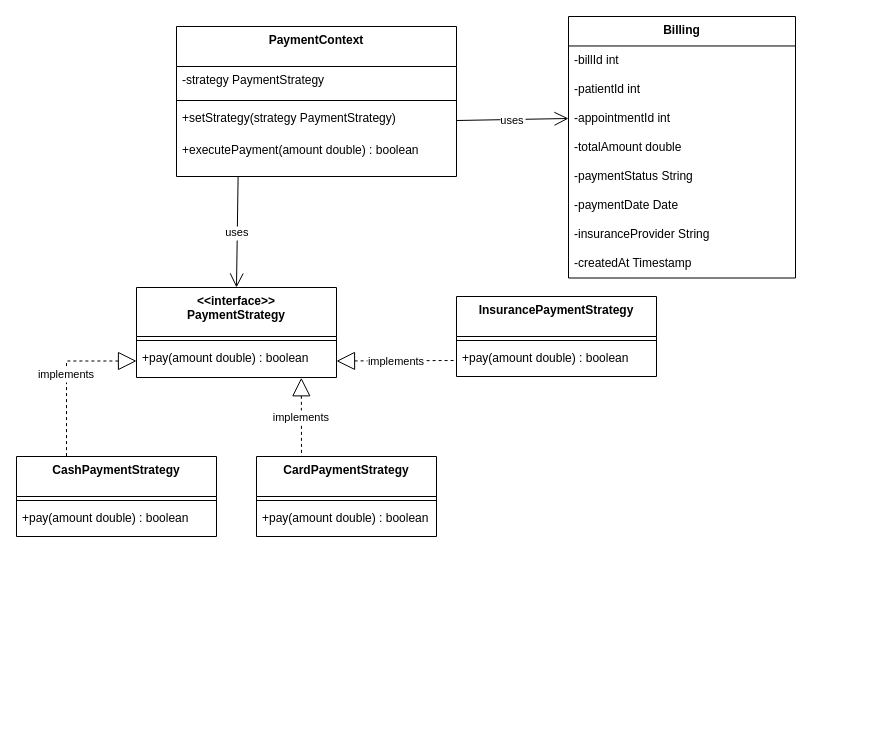
The draw.io diagram uml/Strategy.drawio in TAAgnes3110/DesignPatterns, before the edit. Source tidied: cells renumbered, new cells numbered last; positions are measured from the earlier drawing's top-left corner, leaving out a move shared by most shapes. Both pictures are drawn from the tidied source at 100%, with x=0, y=0 at pixel (16, 16).
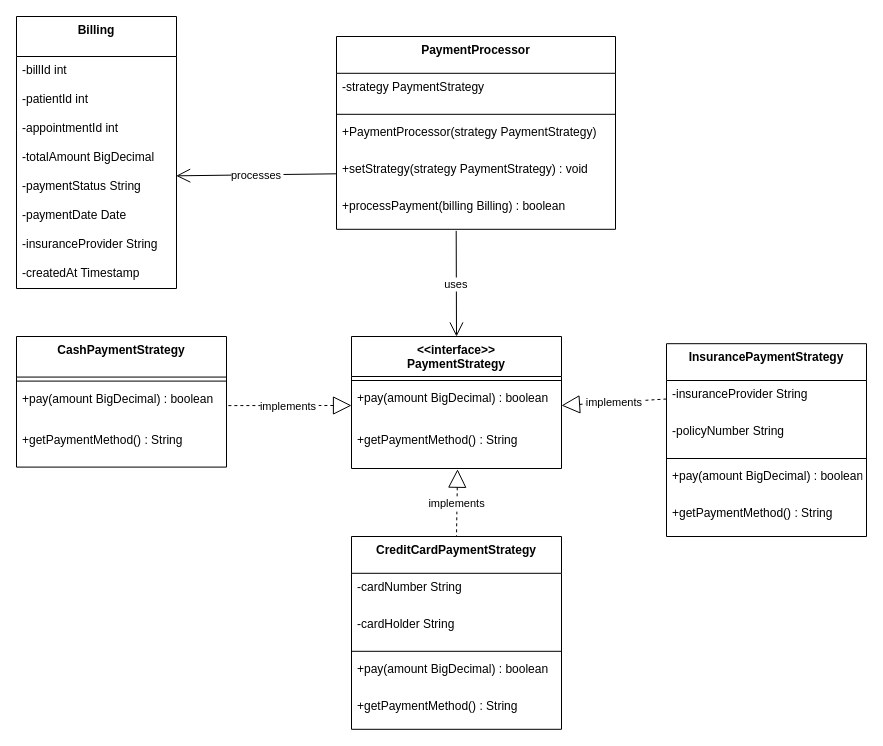
The same diagram, later.

The edit, as a diff of the source:
```diff
@@
-    <mxCell id="2" value="PaymentContext" style="swimlane;fontStyle=1;align=center;verticalAlign=top;horizontal=1;startSize=40;" parent="1" vertex="1">
-      <mxGeometry x="160" y="10" width="280" height="150" as="geometry" />
-    </mxCell>
-    <mxCell id="3" value="-strategy PaymentStrategy" style="text;strokeColor=none;fillColor=none;align=left;verticalAlign=top;spacingLeft=4;spacingRight=4;overflow=hidden;" parent="2" vertex="1">
-      <mxGeometry y="40" width="280" height="30" as="geometry" />
-    </mxCell>
-    <mxCell id="4" style="line;strokeWidth=1;fillColor=none;align=left;verticalAlign=middle;spacingTop=-1;spacingLeft=3;spacingRight=3;labelPosition=right;strokeColor=inherit;" parent="2" vertex="1">
-      <mxGeometry y="70" width="280" height="8" as="geometry" />
-    </mxCell>
-    <mxCell id="5" value="+setStrategy(strategy PaymentStrategy)" style="text;strokeColor=none;fillColor=none;align=left;verticalAlign=top;spacingLeft=4;spacingRight=4;overflow=hidden;points=[[0,0.5],[1,0.5]];portConstraint=eastwest;" parent="2" vertex="1">
-      <mxGeometry y="78" width="280" height="32" as="geometry" />
-    </mxCell>
-    <mxCell id="6" value="+executePayment(amount double) : boolean" style="text;strokeColor=none;fillColor=none;align=left;verticalAlign=top;spacingLeft=4;spacingRight=4;overflow=hidden;" parent="2" vertex="1">
-      <mxGeometry y="110" width="280" height="40" as="geometry" />
-    </mxCell>
-    <mxCell id="7" value="&lt;&lt;interface&gt;&gt;&#10;PaymentStrategy" style="swimlane;fontStyle=1;align=center;verticalAlign=top;horizontal=1;startSize=49;" parent="1" vertex="1">
-      <mxGeometry x="120" y="271" width="200" height="90" as="geometry" />
-    </mxCell>
-    <mxCell id="8" style="line;strokeWidth=1;fillColor=none;align=left;verticalAlign=middle;spacingTop=-1;spacingLeft=3;spacingRight=3;labelPosition=right;strokeColor=inherit;" parent="7" vertex="1">
-      <mxGeometry y="49" width="200" height="8" as="geometry" />
-    </mxCell>
-    <mxCell id="9" value="+pay(amount double) : boolean" style="text;strokeColor=none;fillColor=none;align=left;verticalAlign=top;spacingLeft=4;spacingRight=4;overflow=hidden;points=[[0,0.5],[1,0.5]];portConstraint=eastwest;" parent="7" vertex="1">
-      <mxGeometry y="57" width="200" height="33" as="geometry" />
-    </mxCell>
-    <mxCell id="10" value="CashPaymentStrategy" style="swimlane;fontStyle=1;align=center;verticalAlign=top;horizontal=1;startSize=40;" parent="1" vertex="1">
-      <mxGeometry y="440" width="200" height="80" as="geometry" />
-    </mxCell>
-    <mxCell id="11" style="line;strokeWidth=1;fillColor=none;align=left;verticalAlign=middle;spacingTop=-1;spacingLeft=3;spacingRight=3;labelPosition=right;strokeColor=inherit;" parent="10" vertex="1">
-      <mxGeometry y="40" width="200" height="8" as="geometry" />
-    </mxCell>
-    <mxCell id="12" value="+pay(amount double) : boolean" style="text;strokeColor=none;fillColor=none;align=left;verticalAlign=top;spacingLeft=4;spacingRight=4;overflow=hidden;" parent="10" vertex="1">
-      <mxGeometry y="48" width="200" height="32" as="geometry" />
-    </mxCell>
-    <mxCell id="13" value="CardPaymentStrategy" style="swimlane;fontStyle=1;align=center;verticalAlign=top;horizontal=1;startSize=40;" parent="1" vertex="1">
-      <mxGeometry x="240" y="440" width="180" height="80" as="geometry" />
-    </mxCell>
-    <mxCell id="14" style="line;strokeWidth=1;fillColor=none;align=left;verticalAlign=middle;spacingTop=-1;spacingLeft=3;spacingRight=3;labelPosition=right;strokeColor=inherit;" parent="13" vertex="1">
-      <mxGeometry y="40" width="180" height="8" as="geometry" />
-    </mxCell>
-    <mxCell id="15" value="+pay(amount double) : boolean" style="text;strokeColor=none;fillColor=none;align=left;verticalAlign=top;spacingLeft=4;spacingRight=4;overflow=hidden;" parent="13" vertex="1">
-      <mxGeometry y="48" width="180" height="32" as="geometry" />
-    </mxCell>
-    <mxCell id="16" value="InsurancePaymentStrategy" style="swimlane;fontStyle=1;align=center;verticalAlign=top;horizontal=1;startSize=40;" parent="1" vertex="1">
-      <mxGeometry x="440" y="280" width="200" height="80" as="geometry" />
-    </mxCell>
-    <mxCell id="17" style="line;strokeWidth=1;fillColor=none;align=left;verticalAlign=middle;spacingTop=-1;spacingLeft=3;spacingRight=3;labelPosition=right;strokeColor=inherit;" parent="16" vertex="1">
-      <mxGeometry y="40" width="200" height="8" as="geometry" />
-    </mxCell>
-    <mxCell id="18" value="+pay(amount double) : boolean" style="text;strokeColor=none;fillColor=none;align=left;verticalAlign=top;spacingLeft=4;spacingRight=4;overflow=hidden;points=[[0,0.5],[1,0.5]];portConstraint=eastwest;" parent="16" vertex="1">
-      <mxGeometry y="48" width="200" height="32" as="geometry" />
-    </mxCell>
-    <mxCell id="19" value="Billing" style="swimlane;fontStyle=1;align=center;verticalAlign=top;horizontal=1;startSize=29.473684210526315;" parent="1" vertex="1">
-      <mxGeometry x="552" width="227" height="261.5" as="geometry" />
+    <mxCell id="19" value="Billing" style="swimlane;fontStyle=1;align=center;verticalAlign=top;horizontal=1;startSize=40;" parent="1" vertex="1">
+      <mxGeometry width="160" height="272" as="geometry" />
     </mxCell>
     <mxCell id="20" value="-billId int" style="text;strokeColor=none;fillColor=none;align=left;verticalAlign=top;spacingLeft=4;spacingRight=4;overflow=hidden;" parent="19" vertex="1">
-      <mxGeometry y="29.5" width="227" height="29" as="geometry" />
+      <mxGeometry y="40" width="160" height="29" as="geometry" />
     </mxCell>
     <mxCell id="21" value="-patientId int" style="text;strokeColor=none;fillColor=none;align=left;verticalAlign=top;spacingLeft=4;spacingRight=4;overflow=hidden;" parent="19" vertex="1">
-      <mxGeometry y="58.5" width="227" height="29" as="geometry" />
+      <mxGeometry y="69" width="160" height="29" as="geometry" />
     </mxCell>
     <mxCell id="22" value="-appointmentId int" style="text;strokeColor=none;fillColor=none;align=left;verticalAlign=top;spacingLeft=4;spacingRight=4;overflow=hidden;points=[[0,0.5],[1,0.5]];portConstraint=eastwest;" parent="19" vertex="1">
-      <mxGeometry y="87.5" width="227" height="29" as="geometry" />
+      <mxGeometry y="98" width="160" height="29" as="geometry" />
     </mxCell>
-    <mxCell id="23" value="-totalAmount double" style="text;strokeColor=none;fillColor=none;align=left;verticalAlign=top;spacingLeft=4;spacingRight=4;overflow=hidden;" parent="19" vertex="1">
-      <mxGeometry y="116.5" width="227" height="29" as="geometry" />
-    </mxCell>
+    <mxCell id="33" value="-totalAmount BigDecimal" style="text;strokeColor=none;fillColor=none;align=left;verticalAlign=top;spacingLeft=4;spacingRight=4;overflow=hidden;" parent="19" vertex="1">
+      <mxGeometry y="127" width="160" height="29" as="geometry" />
+    </mxCell>
     <mxCell id="24" value="-paymentStatus String" style="text;strokeColor=none;fillColor=none;align=left;verticalAlign=top;spacingLeft=4;spacingRight=4;overflow=hidden;points=[[0,0.5],[1,0.5]];portConstraint=eastwest;" parent="19" vertex="1">
-      <mxGeometry y="145.5" width="227" height="29" as="geometry" />
+      <mxGeometry y="156" width="160" height="29" as="geometry" />
     </mxCell>
     <mxCell id="25" value="-paymentDate Date" style="text;strokeColor=none;fillColor=none;align=left;verticalAlign=top;spacingLeft=4;spacingRight=4;overflow=hidden;" parent="19" vertex="1">
-      <mxGeometry y="174.5" width="227" height="29" as="geometry" />
+      <mxGeometry y="185" width="160" height="29" as="geometry" />
     </mxCell>
-    <mxCell id="26" value="-insuranceProvider String" style="text;strokeColor=none;fillColor=none;align=left;verticalAlign=top;spacingLeft=4;spacingRight=4;overflow=hidden;" parent="19" vertex="1">
-      <mxGeometry y="203.5" width="227" height="29" as="geometry" />
-    </mxCell>
+    <mxCell id="34" value="-insuranceProvider String" style="text;strokeColor=none;fillColor=none;align=left;verticalAlign=top;spacingLeft=4;spacingRight=4;overflow=hidden;" parent="19" vertex="1">
+      <mxGeometry y="214" width="160" height="29" as="geometry" />
+    </mxCell>
     <mxCell id="27" value="-createdAt Timestamp" style="text;strokeColor=none;fillColor=none;align=left;verticalAlign=top;spacingLeft=4;spacingRight=4;overflow=hidden;" parent="19" vertex="1">
-      <mxGeometry y="232.5" width="227" height="29" as="geometry" />
+      <mxGeometry y="243" width="160" height="29" as="geometry" />
     </mxCell>
-    <mxCell id="28" value="uses" style="startArrow=none;endArrow=open;endSize=12;exitX=0.22;exitY=1;entryX=0.5;entryY=0;rounded=0;" parent="1" edge="1" source="2" target="7">
-      <mxGeometry relative="1" as="geometry" />
-    </mxCell>
-    <mxCell id="29" value="implements" style="dashed=1;startArrow=block;startSize=16;startFill=0;endArrow=none;exitX=0;exitY=0.5;entryX=0.25;entryY=0;rounded=0;exitDx=0;exitDy=0;edgeStyle=orthogonalEdgeStyle;entryDx=0;entryDy=0;" parent="1" edge="1" source="9" target="10">
-      <mxGeometry relative="1" as="geometry" />
-    </mxCell>
-    <mxCell id="30" value="implements" style="dashed=1;startArrow=block;startSize=16;startFill=0;endArrow=none;entryX=0.25;entryY=0;rounded=0;entryDx=0;entryDy=0;exitX=0.824;exitY=1.008;exitDx=0;exitDy=0;exitPerimeter=0;" parent="1" edge="1" source="9" target="13">
-      <mxGeometry relative="1" as="geometry" />
-    </mxCell>
+    <mxCell id="7" value="&lt;&lt;interface&gt;&gt;&#10;PaymentStrategy" style="swimlane;fontStyle=1;align=center;verticalAlign=top;horizontal=1;startSize=40;" parent="1" vertex="1">
+      <mxGeometry x="335" y="320" width="210" height="132" as="geometry" />
+    </mxCell>
+    <mxCell id="35" style="line;strokeWidth=1;fillColor=none;align=left;verticalAlign=middle;spacingTop=-1;spacingLeft=3;spacingRight=3;labelPosition=right;strokeColor=inherit;" parent="7" vertex="1">
+      <mxGeometry y="40" width="210" height="8" as="geometry" />
+    </mxCell>
+    <mxCell id="36" value="+pay(amount BigDecimal) : boolean" style="text;strokeColor=none;fillColor=none;align=left;verticalAlign=top;spacingLeft=4;spacingRight=4;overflow=hidden;points=[[0,0.5],[1,0.5]];portConstraint=eastwest;" parent="7" vertex="1">
+      <mxGeometry y="48" width="210" height="42" as="geometry" />
+    </mxCell>
+    <mxCell id="37" value="+getPaymentMethod() : String" style="text;strokeColor=none;fillColor=none;align=left;verticalAlign=top;spacingLeft=4;spacingRight=4;overflow=hidden;points=[[0,0.5],[1,0.5]];portConstraint=eastwest;" parent="7" vertex="1">
+      <mxGeometry y="90" width="210" height="42" as="geometry" />
+    </mxCell>
+    <mxCell id="10" value="CashPaymentStrategy" style="swimlane;fontStyle=1;align=center;verticalAlign=top;horizontal=1;startSize=40.57142857142857;" parent="1" vertex="1">
+      <mxGeometry y="320" width="210" height="130.6" as="geometry" />
+    </mxCell>
+    <mxCell id="38" style="line;strokeWidth=1;fillColor=none;align=left;verticalAlign=middle;spacingTop=-1;spacingLeft=3;spacingRight=3;labelPosition=right;strokeColor=inherit;" parent="10" vertex="1">
+      <mxGeometry y="40.6" width="210" height="8" as="geometry" />
+    </mxCell>
+    <mxCell id="39" value="+pay(amount BigDecimal) : boolean" style="text;strokeColor=none;fillColor=none;align=left;verticalAlign=top;spacingLeft=4;spacingRight=4;overflow=hidden;points=[[0,0.5],[1,0.5]];portConstraint=eastwest;" parent="10" vertex="1">
+      <mxGeometry y="48.6" width="210" height="41" as="geometry" />
+    </mxCell>
+    <mxCell id="40" value="+getPaymentMethod() : String" style="text;strokeColor=none;fillColor=none;align=left;verticalAlign=top;spacingLeft=4;spacingRight=4;overflow=hidden;" parent="10" vertex="1">
+      <mxGeometry y="89.6" width="210" height="41" as="geometry" />
+    </mxCell>
+    <mxCell id="41" value="CreditCardPaymentStrategy" style="swimlane;fontStyle=1;align=center;verticalAlign=top;horizontal=1;startSize=36.8;" parent="1" vertex="1">
+      <mxGeometry x="335" y="520" width="210" height="192.8" as="geometry" />
+    </mxCell>
+    <mxCell id="42" value="-cardNumber String" style="text;strokeColor=none;fillColor=none;align=left;verticalAlign=top;spacingLeft=4;spacingRight=4;overflow=hidden;" parent="41" vertex="1">
+      <mxGeometry y="36.8" width="210" height="37" as="geometry" />
+    </mxCell>
+    <mxCell id="43" value="-cardHolder String" style="text;strokeColor=none;fillColor=none;align=left;verticalAlign=top;spacingLeft=4;spacingRight=4;overflow=hidden;" parent="41" vertex="1">
+      <mxGeometry y="73.8" width="210" height="37" as="geometry" />
+    </mxCell>
+    <mxCell id="44" style="line;strokeWidth=1;fillColor=none;align=left;verticalAlign=middle;spacingTop=-1;spacingLeft=3;spacingRight=3;labelPosition=right;strokeColor=inherit;" parent="41" vertex="1">
+      <mxGeometry y="110.8" width="210" height="8" as="geometry" />
+    </mxCell>
+    <mxCell id="45" value="+pay(amount BigDecimal) : boolean" style="text;strokeColor=none;fillColor=none;align=left;verticalAlign=top;spacingLeft=4;spacingRight=4;overflow=hidden;" parent="41" vertex="1">
+      <mxGeometry y="118.8" width="210" height="37" as="geometry" />
+    </mxCell>
+    <mxCell id="46" value="+getPaymentMethod() : String" style="text;strokeColor=none;fillColor=none;align=left;verticalAlign=top;spacingLeft=4;spacingRight=4;overflow=hidden;" parent="41" vertex="1">
+      <mxGeometry y="155.8" width="210" height="37" as="geometry" />
+    </mxCell>
+    <mxCell id="16" value="InsurancePaymentStrategy" style="swimlane;fontStyle=1;align=center;verticalAlign=top;horizontal=1;startSize=36.8;" parent="1" vertex="1">
+      <mxGeometry x="650" y="327.2" width="200" height="192.8" as="geometry" />
+    </mxCell>
+    <mxCell id="47" value="-insuranceProvider String" style="text;strokeColor=none;fillColor=none;align=left;verticalAlign=top;spacingLeft=4;spacingRight=4;overflow=hidden;points=[[0,0.5],[1,0.5]];portConstraint=eastwest;" parent="16" vertex="1">
+      <mxGeometry y="36.8" width="200" height="37" as="geometry" />
+    </mxCell>
+    <mxCell id="48" value="-policyNumber String" style="text;strokeColor=none;fillColor=none;align=left;verticalAlign=top;spacingLeft=4;spacingRight=4;overflow=hidden;" parent="16" vertex="1">
+      <mxGeometry y="73.8" width="200" height="37" as="geometry" />
+    </mxCell>
+    <mxCell id="49" style="line;strokeWidth=1;fillColor=none;align=left;verticalAlign=middle;spacingTop=-1;spacingLeft=3;spacingRight=3;labelPosition=right;strokeColor=inherit;" parent="16" vertex="1">
+      <mxGeometry y="110.8" width="200" height="8" as="geometry" />
+    </mxCell>
+    <mxCell id="50" value="+pay(amount BigDecimal) : boolean" style="text;strokeColor=none;fillColor=none;align=left;verticalAlign=top;spacingLeft=4;spacingRight=4;overflow=hidden;" parent="16" vertex="1">
+      <mxGeometry y="118.8" width="200" height="37" as="geometry" />
+    </mxCell>
+    <mxCell id="51" value="+getPaymentMethod() : String" style="text;strokeColor=none;fillColor=none;align=left;verticalAlign=top;spacingLeft=4;spacingRight=4;overflow=hidden;" parent="16" vertex="1">
+      <mxGeometry y="155.8" width="200" height="37" as="geometry" />
+    </mxCell>
+    <mxCell id="52" value="PaymentProcessor" style="swimlane;fontStyle=1;align=center;verticalAlign=top;horizontal=1;startSize=36.8;" parent="1" vertex="1">
+      <mxGeometry x="320" y="20" width="279" height="192.8" as="geometry" />
+    </mxCell>
+    <mxCell id="3" value="-strategy PaymentStrategy" style="text;strokeColor=none;fillColor=none;align=left;verticalAlign=top;spacingLeft=4;spacingRight=4;overflow=hidden;" parent="52" vertex="1">
+      <mxGeometry y="36.8" width="279" height="37" as="geometry" />
+    </mxCell>
+    <mxCell id="53" style="line;strokeWidth=1;fillColor=none;align=left;verticalAlign=middle;spacingTop=-1;spacingLeft=3;spacingRight=3;labelPosition=right;strokeColor=inherit;" parent="52" vertex="1">
+      <mxGeometry y="73.8" width="279" height="8" as="geometry" />
+    </mxCell>
+    <mxCell id="54" value="+PaymentProcessor(strategy PaymentStrategy)" style="text;strokeColor=none;fillColor=none;align=left;verticalAlign=top;spacingLeft=4;spacingRight=4;overflow=hidden;" parent="52" vertex="1">
+      <mxGeometry y="81.8" width="279" height="37" as="geometry" />
+    </mxCell>
+    <mxCell id="55" value="+setStrategy(strategy PaymentStrategy) : void" style="text;strokeColor=none;fillColor=none;align=left;verticalAlign=top;spacingLeft=4;spacingRight=4;overflow=hidden;points=[[0,0.5],[1,0.5]];portConstraint=eastwest;" parent="52" vertex="1">
+      <mxGeometry y="118.8" width="279" height="37" as="geometry" />
+    </mxCell>
+    <mxCell id="56" value="+processPayment(billing Billing) : boolean" style="text;strokeColor=none;fillColor=none;align=left;verticalAlign=top;spacingLeft=4;spacingRight=4;overflow=hidden;points=[[0,0.5],[1,0.5]];portConstraint=eastwest;" parent="52" vertex="1">
+      <mxGeometry y="155.8" width="279" height="37" as="geometry" />
+    </mxCell>
+    <mxCell id="57" value="implements" style="dashed=1;startArrow=block;startSize=16;startFill=0;endArrow=none;exitX=0;exitY=0.5;entryX=1;entryY=0.5;rounded=0;entryDx=0;entryDy=0;exitDx=0;exitDy=0;" parent="1" edge="1" source="36" target="39">
+      <mxGeometry relative="1" as="geometry" />
+    </mxCell>
+    <mxCell id="58" value="implements" style="dashed=1;startArrow=block;startSize=16;startFill=0;endArrow=none;exitX=0.505;exitY=1.017;entryX=0.5;entryY=0;rounded=0;exitDx=0;exitDy=0;exitPerimeter=0;" parent="1" edge="1" source="37" target="41">
+      <mxGeometry relative="1" as="geometry" />
+    </mxCell>
-    <mxCell id="31" value="implements" style="dashed=1;startArrow=block;startSize=16;startFill=0;endArrow=none;exitX=1;exitY=0.5;entryX=0;entryY=0.5;rounded=0;entryDx=0;entryDy=0;exitDx=0;exitDy=0;" parent="1" edge="1" source="9" target="18">
+    <mxCell id="31" value="implements" style="dashed=1;startArrow=block;startSize=16;startFill=0;endArrow=none;exitX=1;exitY=0.5;entryX=0;entryY=0.5;rounded=0;entryDx=0;entryDy=0;exitDx=0;exitDy=0;" parent="1" edge="1" source="36" target="47">
       <mxGeometry relative="1" as="geometry" />
     </mxCell>
-    <mxCell id="32" value="uses" style="startArrow=none;endArrow=open;endSize=12;exitX=1;exitY=0.5;entryX=0;entryY=0.5;rounded=0;entryDx=0;entryDy=0;exitDx=0;exitDy=0;" parent="1" edge="1" source="5" target="22">
-      <mxGeometry relative="1" as="geometry" />
-    </mxCell>
+    <mxCell id="59" value="uses" style="startArrow=none;endArrow=open;endSize=12;exitX=0.429;exitY=1.043;entryX=0.5;entryY=0;rounded=0;exitDx=0;exitDy=0;exitPerimeter=0;" parent="1" edge="1" source="56" target="7">
+      <mxGeometry relative="1" as="geometry" />
+    </mxCell>
+    <mxCell id="60" value="processes" style="startArrow=none;endArrow=open;endSize=12;exitX=0;exitY=0.5;entryX=0.998;entryY=0.115;rounded=0;entryDx=0;entryDy=0;entryPerimeter=0;exitDx=0;exitDy=0;" parent="1" edge="1" source="55" target="24">
+      <mxGeometry relative="1" as="geometry" />
+    </mxCell>
```
